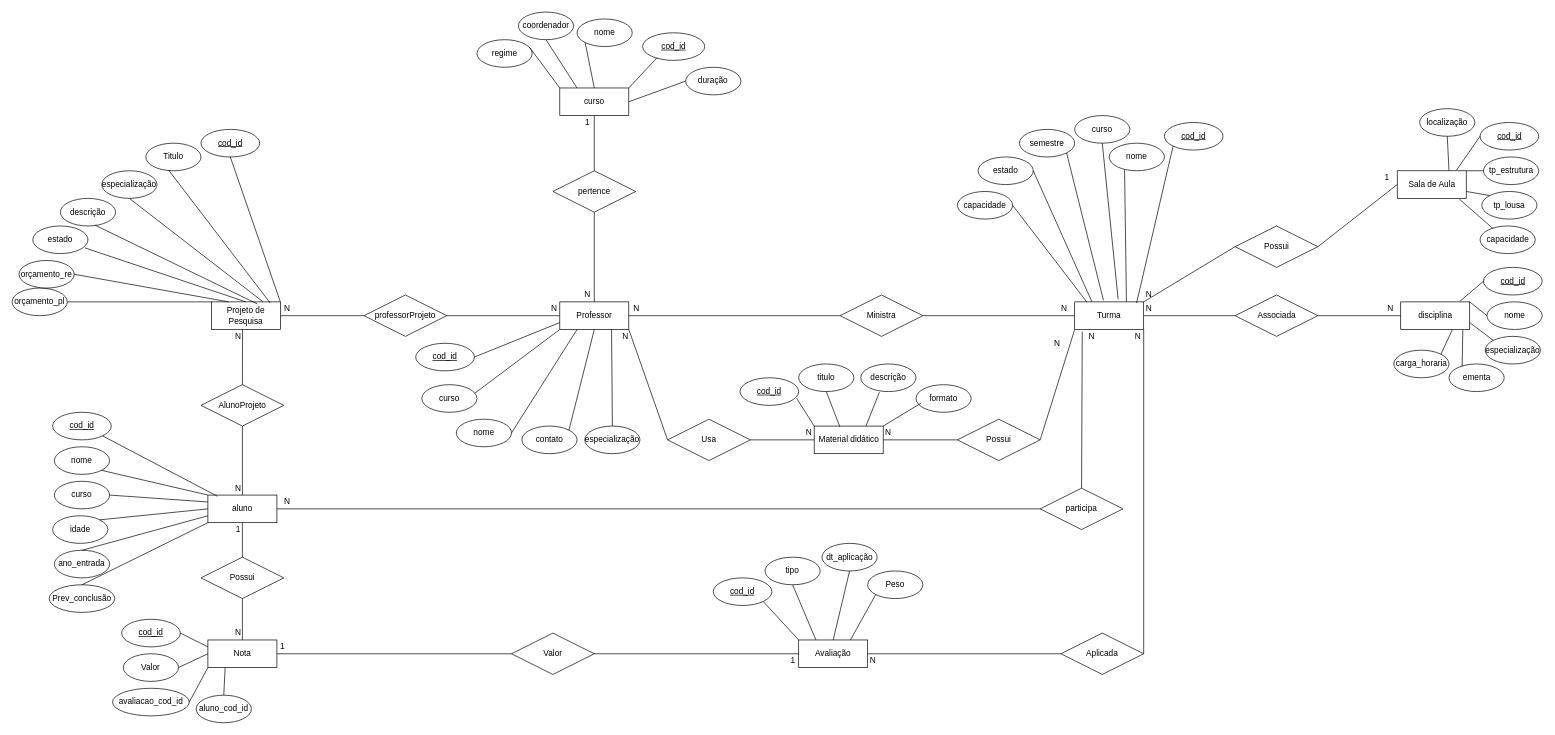
Before: trabalho_pratico1.drawio in Mirkojr/TrabalhoFBD, a draw.io diagram. Source tidied: cells renumbered, new cells numbered last; positions are measured from the earlier drawing's top-left corner, leaving out a move shared by most shapes. Both pictures are drawn from the tidied source at 69%, with x=0, y=0 at pixel (12, 12).
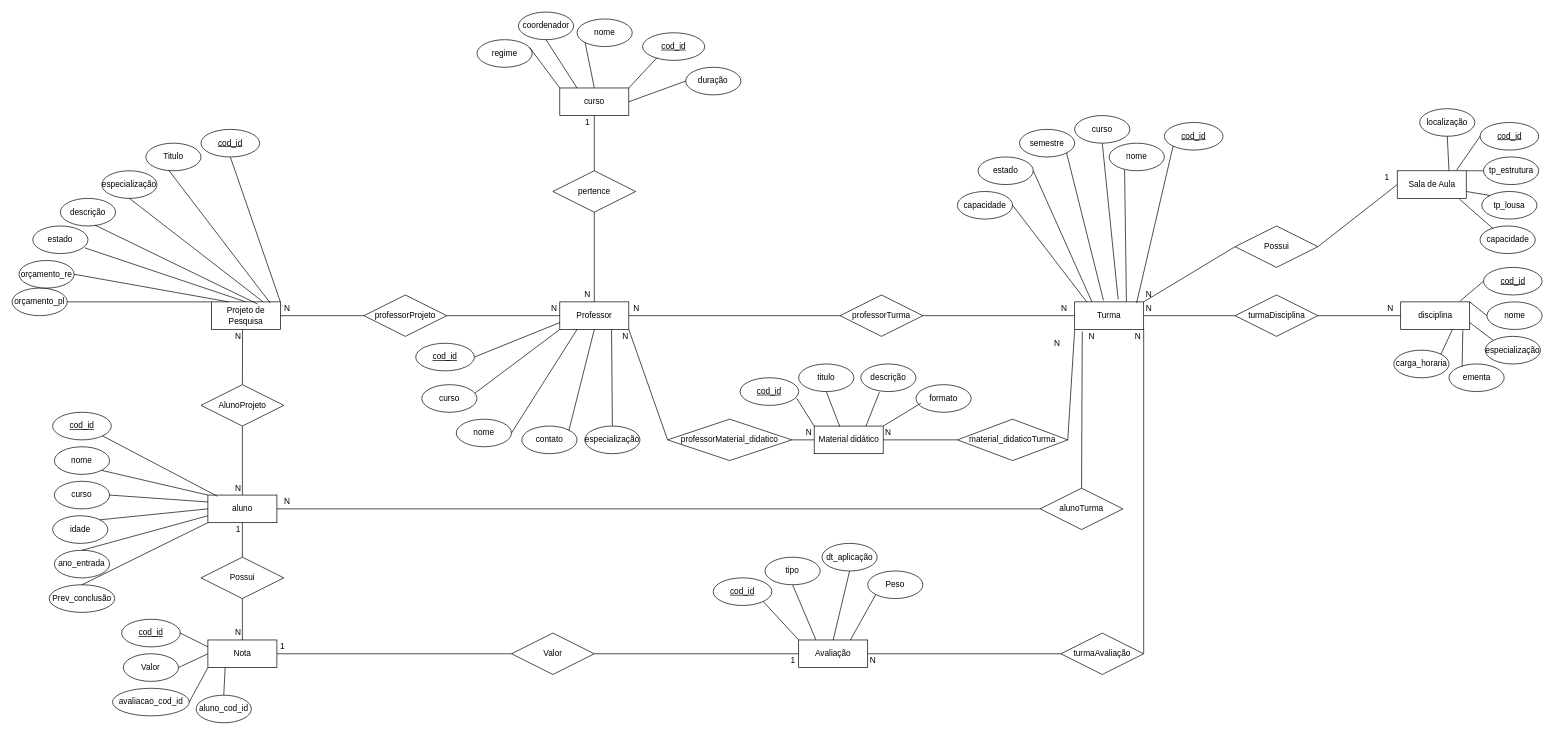
The same diagram, later.

Commit message:
nomes das relaçoes ajeitadas no diagrama

What changed in the source:
```diff
@@
-    <mxCell id="44" value="Ministra" style="shape=rhombus;perimeter=rhombusPerimeter;whiteSpace=wrap;html=1;align=center;" parent="1" vertex="1">
+    <mxCell id="44" value="professorTurma" style="shape=rhombus;perimeter=rhombusPerimeter;whiteSpace=wrap;html=1;align=center;" parent="1" vertex="1">
       <mxGeometry x="1200" y="410" width="120" height="60" as="geometry" />
     </mxCell>
@@
-    <mxCell id="47" value="Associada" style="shape=rhombus;perimeter=rhombusPerimeter;whiteSpace=wrap;html=1;align=center;" parent="1" vertex="1">
+    <mxCell id="47" value="turmaDisciplina" style="shape=rhombus;perimeter=rhombusPerimeter;whiteSpace=wrap;html=1;align=center;" parent="1" vertex="1">
       <mxGeometry x="1772.5" y="410" width="120" height="60" as="geometry" />
     </mxCell>
@@
-    <mxCell id="55" value="Usa" style="shape=rhombus;perimeter=rhombusPerimeter;whiteSpace=wrap;html=1;align=center;" parent="1" vertex="1">
-      <mxGeometry x="950" y="590" width="120" height="60" as="geometry" />
+    <mxCell id="55" value="professorMaterial_didatico" style="shape=rhombus;perimeter=rhombusPerimeter;whiteSpace=wrap;html=1;align=center;" parent="1" vertex="1">
+      <mxGeometry x="950" y="590" width="180" height="60" as="geometry" />
     </mxCell>
-    <mxCell id="56" value="Possui" style="shape=rhombus;perimeter=rhombusPerimeter;whiteSpace=wrap;html=1;align=center;" parent="1" vertex="1">
-      <mxGeometry x="1370" y="590" width="120" height="60" as="geometry" />
+    <mxCell id="56" value="material_didaticoTurma" style="shape=rhombus;perimeter=rhombusPerimeter;whiteSpace=wrap;html=1;align=center;" parent="1" vertex="1">
+      <mxGeometry x="1370" y="590" width="160" height="60" as="geometry" />
     </mxCell>
@@
-    <mxCell id="134" value="participa" style="shape=rhombus;perimeter=rhombusPerimeter;whiteSpace=wrap;html=1;align=center;" parent="1" vertex="1">
+    <mxCell id="134" value="alunoTurma" style="shape=rhombus;perimeter=rhombusPerimeter;whiteSpace=wrap;html=1;align=center;" parent="1" vertex="1">
       <mxGeometry x="1490" y="690" width="120" height="60" as="geometry" />
     </mxCell>
@@
-    <mxCell id="148" value="Aplicada" style="shape=rhombus;perimeter=rhombusPerimeter;whiteSpace=wrap;html=1;align=center;" parent="1" vertex="1">
+    <mxCell id="148" value="turmaAvaliação" style="shape=rhombus;perimeter=rhombusPerimeter;whiteSpace=wrap;html=1;align=center;" parent="1" vertex="1">
       <mxGeometry x="1520" y="900" width="120" height="60" as="geometry" />
     </mxCell>
```
